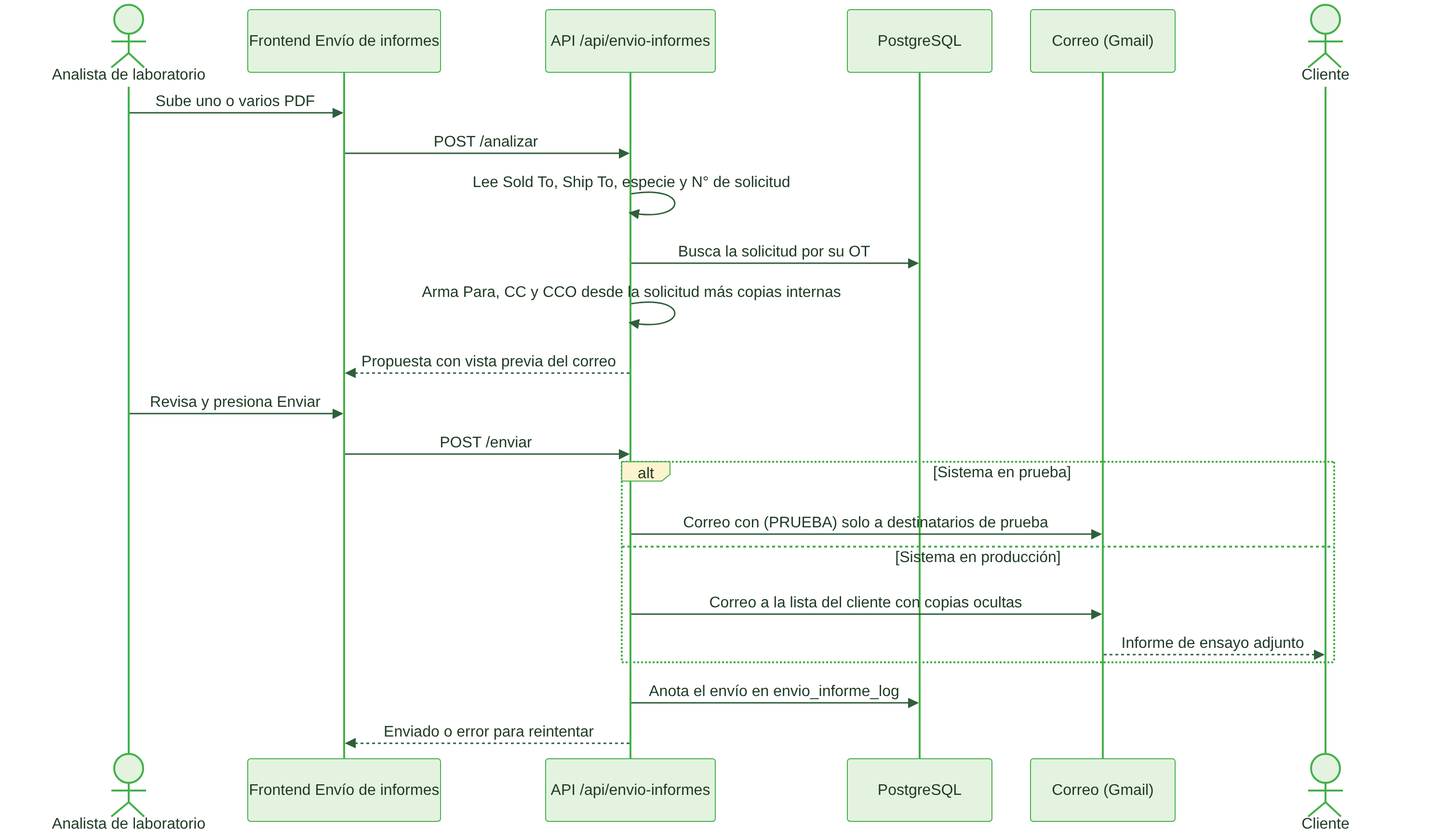
This is docs/documentacion/png/sec4_envio_informes.png from JSSAgrofresh/agrofresh_report_hub, a Mermaid export, as it was before one commit. Its source is kept beside it as docs/documentacion/diagramas/sec4_envio_informes.mmd. The source it was exported from:
```mermaid
sequenceDiagram
    actor paz as Analista de laboratorio
    participant front as Frontend Envío de informes
    participant api as API /api/envio-informes
    participant bd as PostgreSQL
    participant mail as Correo (Gmail)
    actor cliente as Cliente
    paz->>front: Sube uno o varios PDF
    front->>api: POST /analizar
    api->>api: Lee Sold To, Ship To, especie y N° de solicitud
    api->>bd: Busca la solicitud por su OT
    api->>api: Arma Para, CC y CCO desde la solicitud más copias internas
    api-->>front: Propuesta con vista previa del correo
    paz->>front: Revisa y presiona Enviar
    front->>api: POST /enviar
    alt Sistema en prueba
        api->>mail: Correo con (PRUEBA) solo a destinatarios de prueba
    else Sistema en producción
        api->>mail: Correo a la lista del cliente con copias ocultas
        mail-->>cliente: Informe de ensayo adjunto
    end
    api->>bd: Anota el envío en envio_informe_log
    api-->>front: Enviado o error para reintentar
```
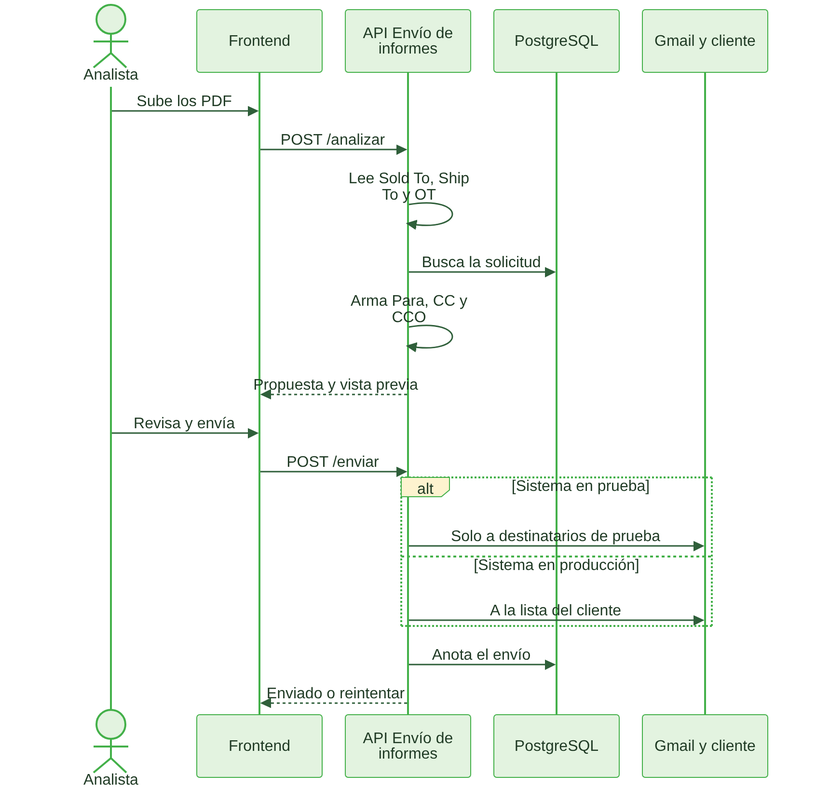
Above is the later version.

What changed in the source:
```diff
@@ -1,23 +1,21 @@
 sequenceDiagram
-    actor paz as Analista de laboratorio
-    participant front as Frontend Envío de informes
-    participant api as API /api/envio-informes
-    participant bd as PostgreSQL
-    participant mail as Correo (Gmail)
-    actor cliente as Cliente
-    paz->>front: Sube uno o varios PDF
+    actor analista as Analista
+    participant front as Frontend
+    participant api as API Envío de informes
+    participant datos as PostgreSQL
+    participant mail as Gmail y cliente
+    analista->>front: Sube los PDF
     front->>api: POST /analizar
-    api->>api: Lee Sold To, Ship To, especie y N° de solicitud
-    api->>bd: Busca la solicitud por su OT
-    api->>api: Arma Para, CC y CCO desde la solicitud más copias internas
-    api-->>front: Propuesta con vista previa del correo
-    paz->>front: Revisa y presiona Enviar
+    api->>api: Lee Sold To, Ship To y OT
+    api->>datos: Busca la solicitud
+    api->>api: Arma Para, CC y CCO
+    api-->>front: Propuesta y vista previa
+    analista->>front: Revisa y envía
     front->>api: POST /enviar
     alt Sistema en prueba
-        api->>mail: Correo con (PRUEBA) solo a destinatarios de prueba
+        api->>mail: Solo a destinatarios de prueba
     else Sistema en producción
-        api->>mail: Correo a la lista del cliente con copias ocultas
-        mail-->>cliente: Informe de ensayo adjunto
+        api->>mail: A la lista del cliente
     end
-    api->>bd: Anota el envío en envio_informe_log
-    api-->>front: Enviado o error para reintentar
+    api->>datos: Anota el envío
+    api-->>front: Enviado o reintentar
```
